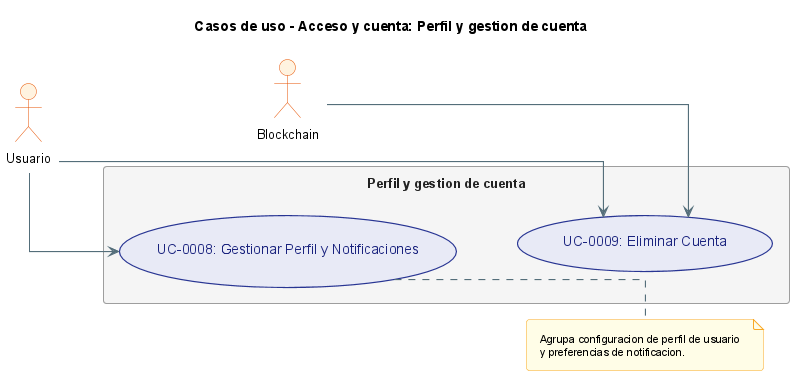
Before: anexos/diagramas/uc_acceso_perfil.png, a diagram exported from PlantUML (ErDeivih/DocumentChain). The source it was exported from:
```plantuml
@startuml
!include _structure-style.puml
left to right direction
title Casos de uso - Acceso y cuenta: Perfil y gestion de cuenta

actor "Usuario" as USER
actor "Blockchain" as SC

rectangle "Perfil y gestion de cuenta" {
  usecase "UC-0008: Gestionar Perfil y Notificaciones" as UC8
  usecase "UC-0009: Eliminar Cuenta" as UC9
}

UC8 -[hidden]down-> UC9

USER --> UC8
USER --> UC9

SC --> UC9

note right of UC8
  Agrupa configuracion de perfil de usuario
  y preferencias de notificacion.
end note
@enduml
```
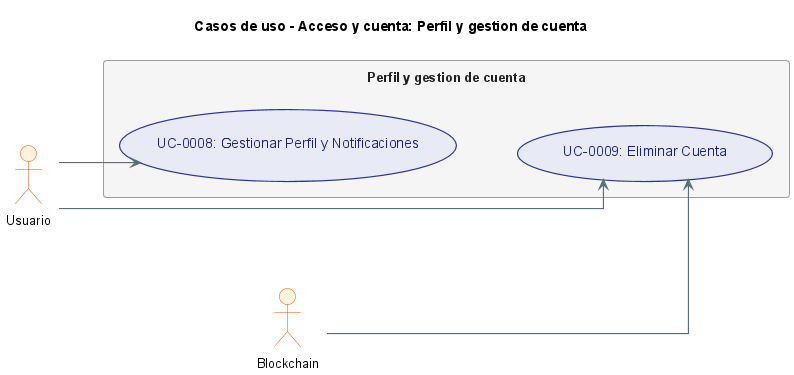
Above is the later version.

Diff of the diagram source:
```diff
@@ -17,9 +17,4 @@
 USER --> UC9
 
 SC --> UC9
-
-note right of UC8
-  Agrupa configuracion de perfil de usuario
-  y preferencias de notificacion.
-end note
 @enduml
```
